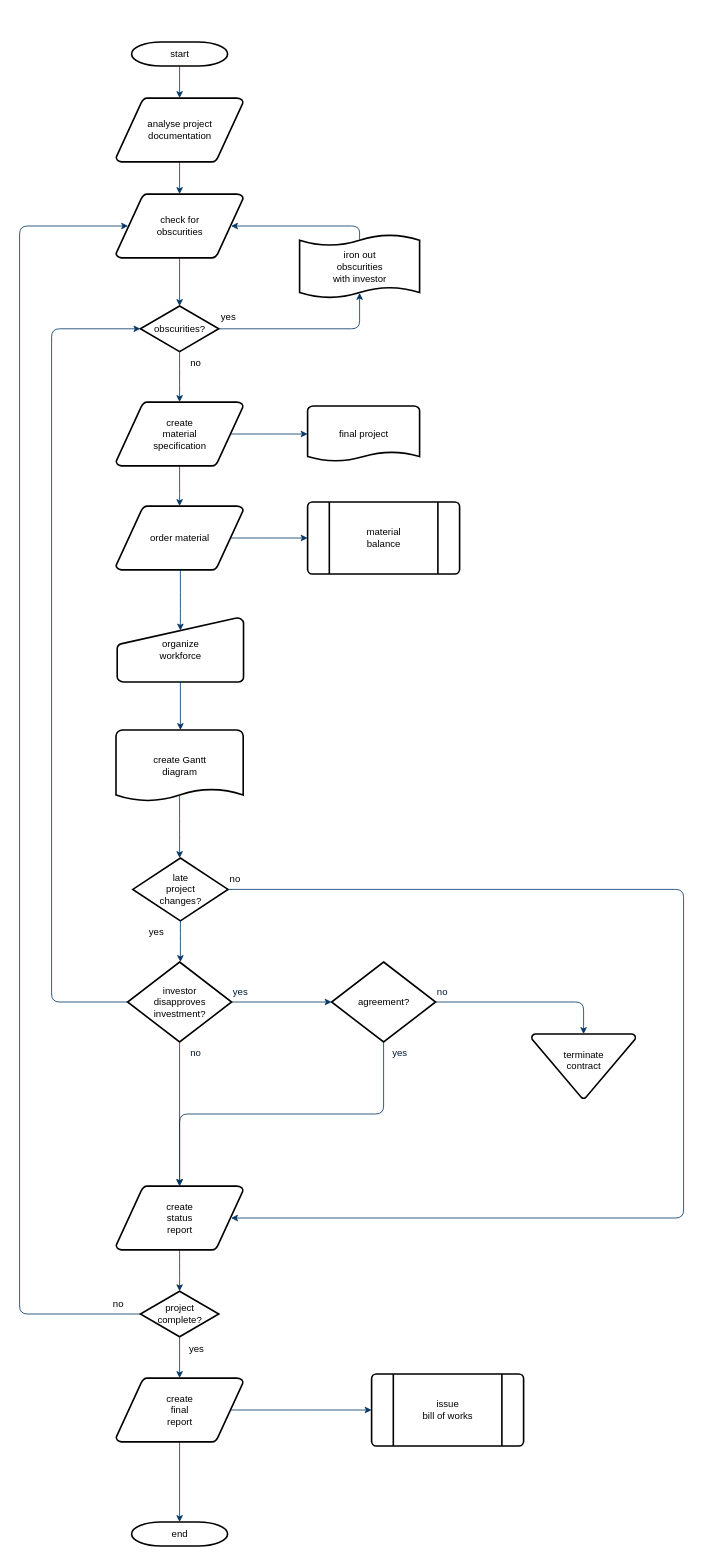
The draw.io diagram Untitled Diagram.drawio in Yeshinegus/alx-low_level_programming, before the edit. Source tidied: cells renumbered, new cells numbered last; positions are measured from the earlier drawing's top-left corner, leaving out a move shared by most shapes. Both pictures are drawn from the tidied source at 80%, with x=0, y=0 at pixel (19, 42).
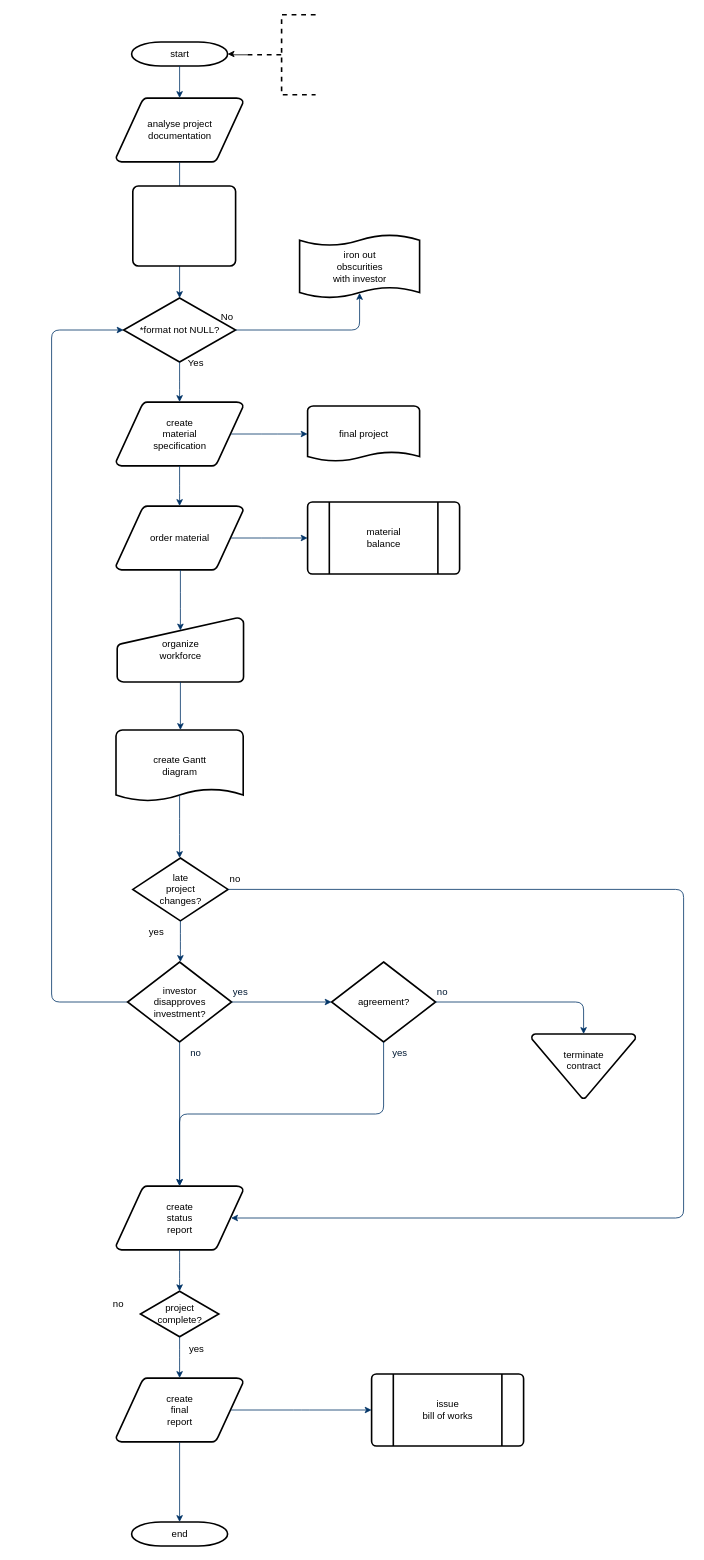
Above is the later version.

Unchanged cells that the change refers to:
```xml
<mxCell id="2" value="start" style="shape=mxgraph.flowchart.terminator;strokeWidth=2;gradientColor=none;gradientDirection=north;fontStyle=0;html=1;" parent="1" vertex="1">
  <mxGeometry x="140" width="120" height="30" as="geometry" />
</mxCell>
<mxCell id="3" value="analyse project&#10; documentation" style="shape=mxgraph.flowchart.data;strokeWidth=2;gradientColor=none;gradientDirection=north;fontStyle=0;html=1;" parent="1" vertex="1">
  <mxGeometry x="120.5" y="70" width="159" height="80" as="geometry" />
</mxCell>
<mxCell id="37" value="project&#10;complete?" style="shape=mxgraph.flowchart.decision;strokeWidth=2;gradientColor=none;gradientDirection=north;fontStyle=0;html=1;" parent="1" vertex="1">
  <mxGeometry x="151" y="1561.5" width="98" height="57" as="geometry" />
</mxCell>
<mxCell id="51" value="iron out&#10;obscurities &#10;with investor" style="shape=mxgraph.flowchart.paper_tape;strokeWidth=2;gradientColor=none;gradientDirection=north;fontStyle=0;html=1;" parent="1" vertex="1">
  <mxGeometry x="350" y="240" width="150" height="81" as="geometry" />
</mxCell>
```

The edit, as a diff of the source:
```diff
@@
-    <mxCell id="5" value="check for&#10;obscurities" style="shape=mxgraph.flowchart.data;strokeWidth=2;gradientColor=none;gradientDirection=north;fontStyle=0;html=1;" parent="1" vertex="1">
-      <mxGeometry x="120.5" y="190" width="159" height="80" as="geometry" />
-    </mxCell>
-    <mxCell id="6" value="obscurities?" style="shape=mxgraph.flowchart.decision;strokeWidth=2;gradientColor=none;gradientDirection=north;fontStyle=0;html=1;" parent="1" vertex="1">
-      <mxGeometry x="151" y="330" width="98" height="57" as="geometry" />
+    <mxCell id="6" value="*format not NULL?" style="shape=mxgraph.flowchart.decision;strokeWidth=2;gradientColor=none;gradientDirection=north;fontStyle=0;html=1;" parent="1" vertex="1">
+      <mxGeometry x="130" y="320" width="140" height="80" as="geometry" />
     </mxCell>
@@
-    <mxCell id="8" style="fontStyle=1;strokeColor=#003366;strokeWidth=1;html=1;" parent="1" edge="1" source="3" target="5">
-      <mxGeometry relative="1" as="geometry" />
+    <mxCell id="8" style="fontStyle=1;strokeColor=#003366;strokeWidth=1;html=1;" parent="1" edge="1" source="3">
+      <mxGeometry relative="1" as="geometry">
+        <mxPoint x="200" y="190" as="targetPoint" />
+      </mxGeometry>
     </mxCell>
-    <mxCell id="9" style="entryX=0.5;entryY=0;entryPerimeter=0;fontStyle=1;strokeColor=#003366;strokeWidth=1;html=1;" parent="1" edge="1" source="5" target="6">
-      <mxGeometry relative="1" as="geometry" />
+    <mxCell id="9" style="entryX=0.5;entryY=0;entryPerimeter=0;fontStyle=1;strokeColor=#003366;strokeWidth=1;html=1;" parent="1" edge="1" target="6">
+      <mxGeometry relative="1" as="geometry">
+        <mxPoint x="200" y="270" as="sourcePoint" />
+      </mxGeometry>
     </mxCell>
@@
-    <mxCell id="11" value="yes" style="text;fontStyle=0;html=1;strokeColor=none;gradientColor=none;fillColor=none;strokeWidth=2;" parent="1" vertex="1">
+    <mxCell id="11" value="No" style="text;fontStyle=0;html=1;strokeColor=none;gradientColor=none;fillColor=none;strokeWidth=2;" parent="1" vertex="1">
       <mxGeometry x="250" y="330" width="40" height="26" as="geometry" />
     </mxCell>
@@
-    <mxCell id="14" value="no" style="text;fontStyle=0;html=1;strokeColor=none;gradientColor=none;fillColor=none;strokeWidth=2;align=center;" parent="1" vertex="1">
+    <mxCell id="14" value="Yes" style="text;fontStyle=0;html=1;strokeColor=none;gradientColor=none;fillColor=none;strokeWidth=2;align=center;" parent="1" vertex="1">
       <mxGeometry x="200" y="387" width="40" height="26" as="geometry" />
     </mxCell>
@@
-    <mxCell id="52" style="edgeStyle=elbowEdgeStyle;elbow=horizontal;exitX=0.5;exitY=0.09;exitPerimeter=0;entryX=0.905;entryY=0.5;entryPerimeter=0;fontStyle=1;strokeColor=#003366;strokeWidth=1;html=1;" parent="1" edge="1" source="51" target="5">
-      <mxGeometry as="geometry">
-        <Array as="points">
-          <mxPoint x="425" y="240" />
-        </Array>
-      </mxGeometry>
-    </mxCell>
@@
-    <mxCell id="54" style="edgeStyle=elbowEdgeStyle;elbow=horizontal;exitX=0;exitY=0.5;exitPerimeter=0;entryX=0.095;entryY=0.5;entryPerimeter=0;fontStyle=1;strokeColor=#003366;strokeWidth=1;html=1;" parent="1" edge="1" source="37" target="5">
-      <mxGeometry as="geometry">
-        <Array as="points">
-          <mxPoint y="910" />
-        </Array>
-      </mxGeometry>
-    </mxCell>
@@
+    <mxCell id="56" style="edgeStyle=orthogonalEdgeStyle;rounded=0;jettySize=auto;html=1;" parent="1" edge="1" source="57" target="2">
+      <mxGeometry relative="1" as="geometry" />
+    </mxCell>
+    <mxCell id="57" style="strokeWidth=2;html=1;shape=mxgraph.flowchart.annotation_2;align=left;labelPosition=right;dashed=1;" parent="1" vertex="1">
+      <mxGeometry x="285" y="-34" width="85" height="100" as="geometry" />
+    </mxCell>
+    <mxCell id="58" style="rounded=1;whiteSpace=wrap;html=1;absoluteArcSize=1;arcSize=14;strokeWidth=2;" parent="1" vertex="1">
+      <mxGeometry x="141.5" y="180" width="128.5" height="100" as="geometry" />
+    </mxCell>
```
